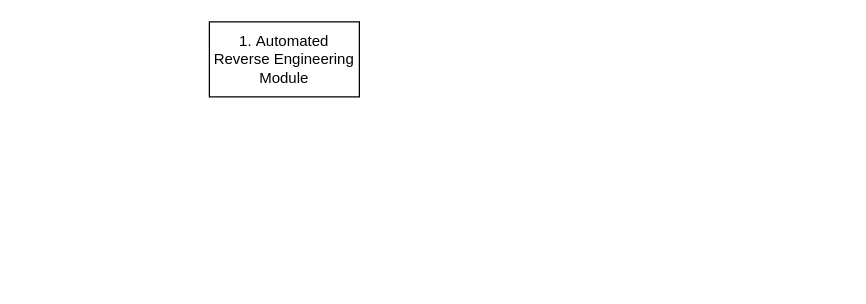
The draw.io diagram Untitled Diagram.drawio in Asabeneh/30-Days-Of-Python, before the edit. Source tidied: cells renumbered, new cells numbered last; positions are measured from the earlier drawing's top-left corner, leaving out a move shared by most shapes. Both pictures are drawn from the tidied source at 125%, with x=0, y=0 at pixel (209, 21).
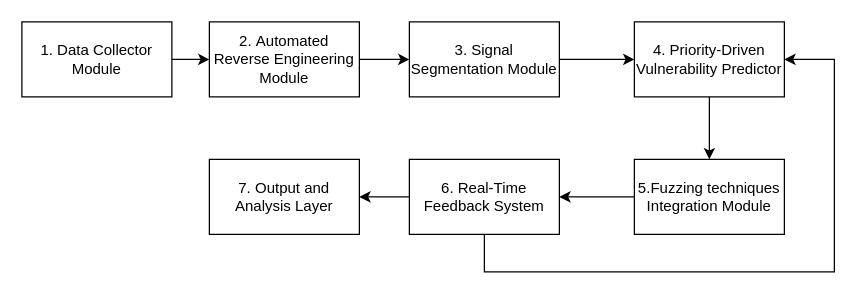
The same diagram, later.

Change to the diagram source:
```diff
@@
 <mxGraphModel>
   <root>
     <mxCell id="0" />
     <mxCell id="1" parent="0" />
+    <mxCell id="3" style="edgeStyle=orthogonalEdgeStyle;rounded=0;jettySize=auto;html=1;" parent="1" edge="1" source="2" target="5">
+      <mxGeometry relative="1" as="geometry" />
+    </mxCell>
-    <mxCell id="2" value="1.&amp;nbsp;Automated Reverse Engineering Module" style="rounded=0;whiteSpace=wrap;html=1;" parent="1" vertex="1">
+    <mxCell id="2" value="2.&amp;nbsp;Automated Reverse Engineering Module" style="rounded=0;whiteSpace=wrap;html=1;" parent="1" vertex="1">
       <mxGeometry width="120" height="60" as="geometry" />
     </mxCell>
+    <mxCell id="4" style="edgeStyle=orthogonalEdgeStyle;rounded=0;jettySize=auto;html=1;" parent="1" edge="1" source="5" target="7">
+      <mxGeometry relative="1" as="geometry" />
+    </mxCell>
+    <mxCell id="5" value="3.&amp;nbsp;Signal Segmentation Module" style="rounded=0;whiteSpace=wrap;html=1;" parent="1" vertex="1">
+      <mxGeometry x="160" width="120" height="60" as="geometry" />
+    </mxCell>
+    <mxCell id="6" style="edgeStyle=orthogonalEdgeStyle;rounded=0;jettySize=auto;html=1;" parent="1" edge="1" source="7" target="9">
+      <mxGeometry relative="1" as="geometry" />
+    </mxCell>
+    <mxCell id="7" value="4.&amp;nbsp;Priority-Driven Vulnerability Predictor" style="rounded=0;whiteSpace=wrap;html=1;" parent="1" vertex="1">
+      <mxGeometry x="340" width="120" height="60" as="geometry" />
+    </mxCell>
+    <mxCell id="8" style="edgeStyle=orthogonalEdgeStyle;rounded=0;jettySize=auto;html=1;" parent="1" edge="1" source="9" target="14">
+      <mxGeometry relative="1" as="geometry" />
+    </mxCell>
+    <mxCell id="9" value="5.Fuzzing techniques Integration Module" style="rounded=0;whiteSpace=wrap;html=1;" parent="1" vertex="1">
+      <mxGeometry x="340" y="110" width="120" height="60" as="geometry" />
+    </mxCell>
+    <mxCell id="10" style="edgeStyle=orthogonalEdgeStyle;rounded=0;jettySize=auto;html=1;" parent="1" edge="1" source="11" target="2">
+      <mxGeometry relative="1" as="geometry" />
+    </mxCell>
+    <mxCell id="11" value="1.&amp;nbsp;Data Collector Module" style="rounded=0;whiteSpace=wrap;html=1;" parent="1" vertex="1">
+      <mxGeometry x="-150" width="120" height="60" as="geometry" />
+    </mxCell>
+    <mxCell id="12" style="edgeStyle=orthogonalEdgeStyle;rounded=0;jettySize=auto;html=1;" parent="1" edge="1" source="14" target="15">
+      <mxGeometry relative="1" as="geometry" />
+    </mxCell>
+    <mxCell id="13" style="edgeStyle=orthogonalEdgeStyle;rounded=0;jettySize=auto;html=1;entryX=1;entryY=0.5;entryDx=0;entryDy=0;" parent="1" edge="1" source="14" target="7">
+      <mxGeometry relative="1" as="geometry">
+        <Array as="points">
+          <mxPoint x="220" y="200" />
+          <mxPoint x="500" y="200" />
+          <mxPoint x="500" y="30" />
+        </Array>
+      </mxGeometry>
+    </mxCell>
+    <mxCell id="14" value="6.&amp;nbsp;Real-Time Feedback System" style="rounded=0;whiteSpace=wrap;html=1;direction=west;" parent="1" vertex="1">
+      <mxGeometry x="160" y="110" width="120" height="60" as="geometry" />
+    </mxCell>
+    <mxCell id="15" value="7.&amp;nbsp;Output and Analysis Layer" style="rounded=0;whiteSpace=wrap;html=1;" parent="1" vertex="1">
+      <mxGeometry y="110" width="120" height="60" as="geometry" />
+    </mxCell>
   </root>
 </mxGraphModel>
```
